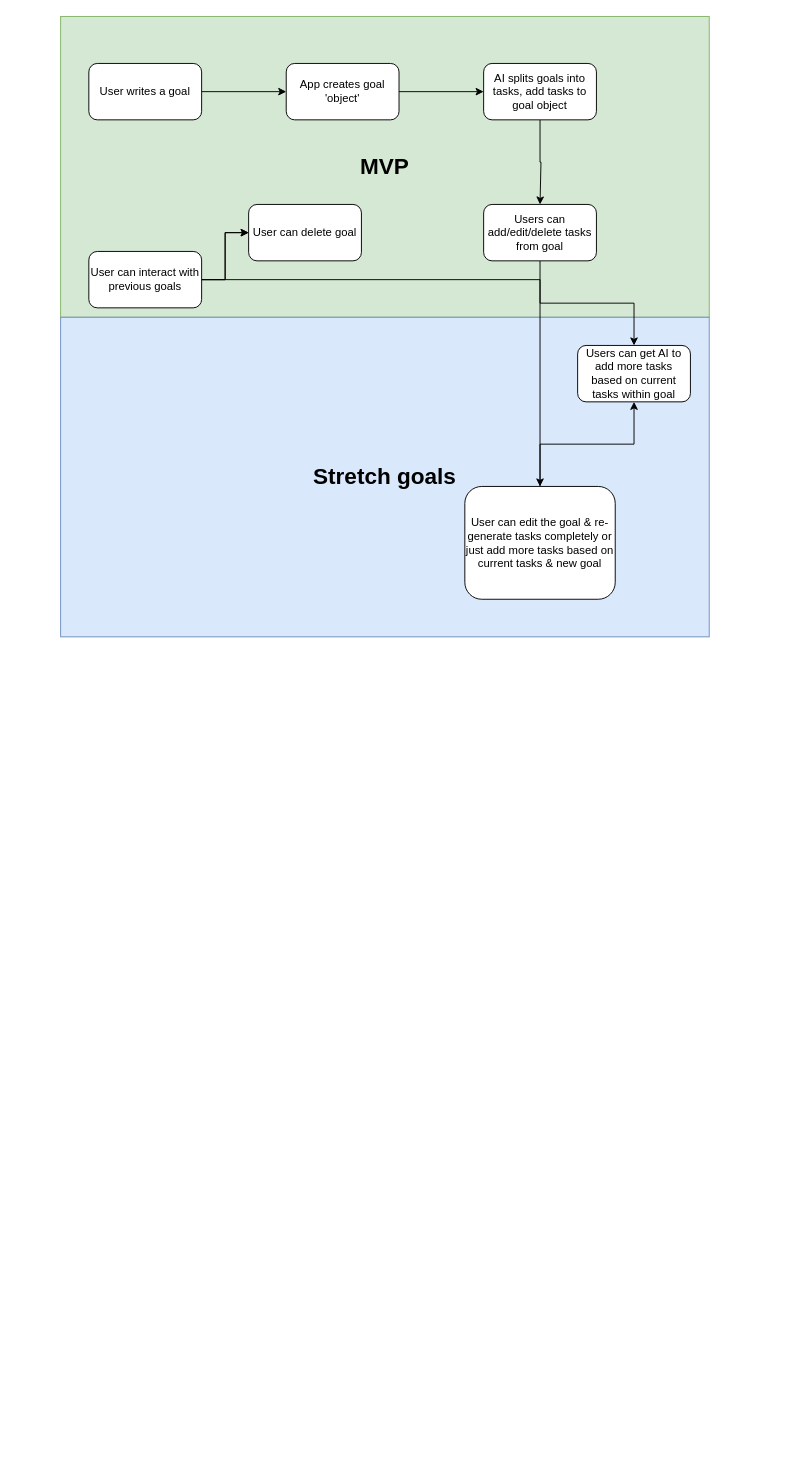
The draw.io diagram AIAugust Project-01.drawio in davedonnellydev/ai-august-2025-01, before the edit. Source tidied: cells renumbered, new cells numbered last; positions are measured from the earlier drawing's top-left corner, leaving out a move shared by most shapes. Both pictures are drawn from the tidied source at 94%, with x=0, y=0 at pixel (60, 16). Pictures stored in the file or linked from it are replaced by grey dashed boxes.
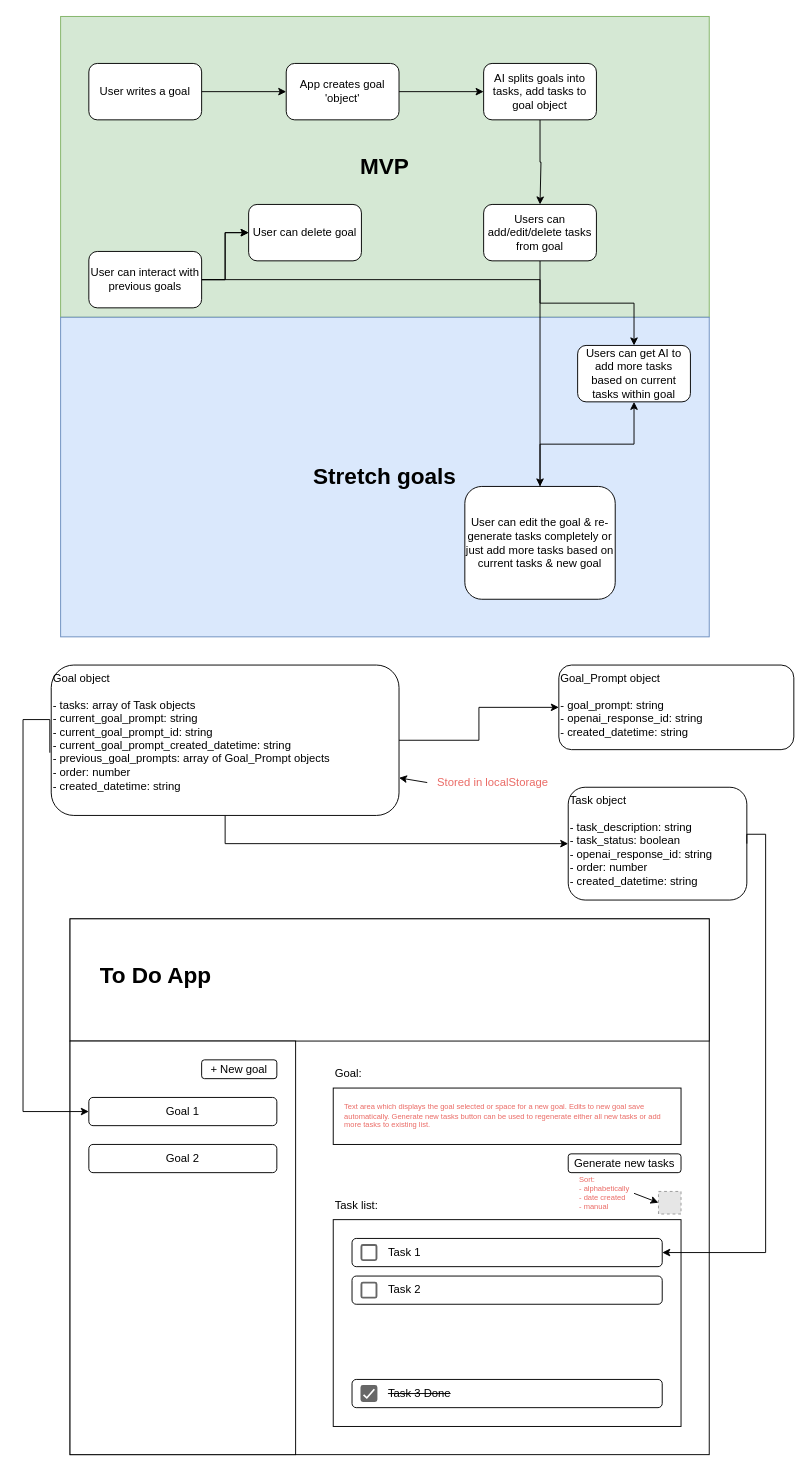
The same page after the edit.

Change to the diagram source:
```diff
@@
+    <mxCell id="20" style="edgeStyle=orthogonalEdgeStyle;rounded=0;jettySize=auto;html=1;entryX=0;entryY=0.5;entryDx=0;entryDy=0;exitX=0.5;exitY=1;exitDx=0;exitDy=0;" parent="1" edge="1" source="22" target="23">
+      <mxGeometry relative="1" as="geometry" />
+    </mxCell>
+    <mxCell id="21" style="edgeStyle=orthogonalEdgeStyle;rounded=0;jettySize=auto;html=1;exitX=1;exitY=0.5;exitDx=0;exitDy=0;entryX=0;entryY=0.5;entryDx=0;entryDy=0;" parent="1" edge="1" source="22" target="51">
+      <mxGeometry relative="1" as="geometry" />
+    </mxCell>
+    <mxCell id="22" value="&lt;div&gt;Goal object&lt;/div&gt;&lt;div&gt;&lt;br&gt;&lt;/div&gt;&lt;div&gt;- tasks: array of Task objects&lt;/div&gt;&lt;div&gt;- current_goal_prompt: string&lt;/div&gt;&lt;div&gt;-&amp;nbsp;current_goal_prompt_id: string&lt;/div&gt;&lt;div&gt;- current_goal_prompt_created_datetime: string&lt;/div&gt;&lt;div&gt;- previous_goal_prompts: array of Goal_Prompt objects&lt;/div&gt;&lt;div&gt;- order: number&lt;/div&gt;&lt;div&gt;- created_datetime: string&lt;/div&gt;" style="rounded=1;whiteSpace=wrap;html=1;align=left;verticalAlign=top;" parent="1" vertex="1">
+      <mxGeometry x="-10" y="690" width="370" height="160" as="geometry" />
+    </mxCell>
+    <mxCell id="23" value="&lt;div&gt;Task object&lt;/div&gt;&lt;div&gt;&lt;br&gt;&lt;/div&gt;&lt;div&gt;- task_description: string&lt;/div&gt;&lt;div&gt;- task_status: boolean&lt;/div&gt;&lt;div&gt;- openai_response_id: string&lt;/div&gt;&lt;div&gt;- order: number&lt;/div&gt;&lt;div&gt;- created_datetime: string&lt;/div&gt;" style="rounded=1;whiteSpace=wrap;html=1;align=left;verticalAlign=top;" parent="1" vertex="1">
+      <mxGeometry x="540" y="820" width="190" height="120" as="geometry" />
+    </mxCell>
+    <mxCell id="24" style="rounded=0;whiteSpace=wrap;html=1;" parent="1" vertex="1">
+      <mxGeometry x="10" y="960" width="680" height="570" as="geometry" />
+    </mxCell>
+    <mxCell id="25" style="rounded=0;whiteSpace=wrap;html=1;" parent="1" vertex="1">
+      <mxGeometry x="10" y="960" width="680" height="130" as="geometry" />
+    </mxCell>
+    <mxCell id="26" style="rounded=0;whiteSpace=wrap;html=1;" parent="1" vertex="1">
+      <mxGeometry x="10" y="1090" width="240" height="440" as="geometry" />
+    </mxCell>
+    <mxCell id="27" value="Goal 1" style="rounded=1;whiteSpace=wrap;html=1;" parent="1" vertex="1">
+      <mxGeometry x="30" y="1150" width="200" height="30" as="geometry" />
+    </mxCell>
+    <mxCell id="28" value="+ New goal" style="rounded=1;whiteSpace=wrap;html=1;" parent="1" vertex="1">
+      <mxGeometry x="150" y="1110" width="80" height="20" as="geometry" />
+    </mxCell>
+    <mxCell id="29" style="rounded=0;whiteSpace=wrap;html=1;" parent="1" vertex="1">
+      <mxGeometry x="290" y="1140" width="370" height="60" as="geometry" />
+    </mxCell>
+    <mxCell id="30" value="Goal:" style="text;html=1;align=left;verticalAlign=middle;whiteSpace=wrap;rounded=0;" parent="1" vertex="1">
+      <mxGeometry x="290" y="1110" width="80" height="30" as="geometry" />
+    </mxCell>
+    <mxCell id="31" value="Generate new tasks" style="rounded=1;whiteSpace=wrap;html=1;" parent="1" vertex="1">
+      <mxGeometry x="540" y="1210" width="120" height="20" as="geometry" />
+    </mxCell>
+    <mxCell id="32" value="Goal 2" style="rounded=1;whiteSpace=wrap;html=1;" parent="1" vertex="1">
+      <mxGeometry x="30" y="1200" width="200" height="30" as="geometry" />
+    </mxCell>
+    <mxCell id="33" style="rounded=0;whiteSpace=wrap;html=1;" parent="1" vertex="1">
+      <mxGeometry x="290" y="1280" width="370" height="220" as="geometry" />
+    </mxCell>
+    <mxCell id="34" value="Task list:" style="text;html=1;align=left;verticalAlign=middle;whiteSpace=wrap;rounded=0;" parent="1" vertex="1">
+      <mxGeometry x="290" y="1250" width="80" height="30" as="geometry" />
+    </mxCell>
+    <mxCell id="35" value="&amp;nbsp; &amp;nbsp; &amp;nbsp; &amp;nbsp; &amp;nbsp; &amp;nbsp;Task 1" style="rounded=1;whiteSpace=wrap;html=1;align=left;" parent="1" vertex="1">
+      <mxGeometry x="310" y="1300" width="330" height="30" as="geometry" />
+    </mxCell>
+    <mxCell id="36" style="dashed=0;labelPosition=right;align=left;shape=mxgraph.gmdl.checkbox;strokeColor=#666666;fillColor=none;strokeWidth=2;sketch=0;html=1;" parent="1" vertex="1">
+      <mxGeometry x="320" y="1307" width="16" height="16" as="geometry" />
+    </mxCell>
+    <mxCell id="37" value="&amp;nbsp; &amp;nbsp; &amp;nbsp; &amp;nbsp; &amp;nbsp; &amp;nbsp;Task 2" style="rounded=1;whiteSpace=wrap;html=1;align=left;" parent="1" vertex="1">
+      <mxGeometry x="310" y="1340" width="330" height="30" as="geometry" />
+    </mxCell>
+    <mxCell id="38" style="dashed=0;labelPosition=right;align=left;shape=mxgraph.gmdl.checkbox;strokeColor=#666666;fillColor=none;strokeWidth=2;sketch=0;html=1;" parent="1" vertex="1">
+      <mxGeometry x="320" y="1347" width="16" height="16" as="geometry" />
+    </mxCell>
+    <mxCell id="39" value="&amp;nbsp; &amp;nbsp; &amp;nbsp; &amp;nbsp; &amp;nbsp; &amp;nbsp;&lt;strike&gt;Task 3 Done&lt;/strike&gt;" style="rounded=1;whiteSpace=wrap;html=1;align=left;" parent="1" vertex="1">
+      <mxGeometry x="310" y="1450" width="330" height="30" as="geometry" />
+    </mxCell>
+    <mxCell id="40" style="dashed=0;labelPosition=right;align=left;shape=mxgraph.gmdl.checkbox;strokeColor=#666666;fillColor=none;strokeWidth=2;sketch=0;html=1;" parent="1" vertex="1">
+      <mxGeometry x="320" y="1457" width="16" height="16" as="geometry" />
+    </mxCell>
+    <mxCell id="41" style="dashed=0;labelPosition=right;align=left;shape=mxgraph.gmdl.checkbox;strokeColor=none;fillColor=#676767;strokeWidth=2;sketch=0;html=1;" parent="1" vertex="1">
+      <mxGeometry x="320" y="1457" width="16" height="16" as="geometry" />
+    </mxCell>
+    <mxCell id="42" style="fillColor=#E6E6E6;strokeColor=#999999;dashed=1;html=1;verticalAlign=top;verticalLabelPosition=bottom;labelBackgroundColor=#ffffff;" parent="1" vertex="1">
+      <mxGeometry x="636" y="1250" width="24" height="24" as="geometry" />
+    </mxCell>
+    <mxCell id="43" value="&lt;h1 style=&quot;margin-top: 0px;&quot;&gt;To Do App&lt;/h1&gt;" style="text;html=1;whiteSpace=wrap;overflow=hidden;rounded=0;" parent="1" vertex="1">
+      <mxGeometry x="40" y="1000" width="180" height="40" as="geometry" />
+    </mxCell>
+    <mxCell id="44" style="edgeStyle=orthogonalEdgeStyle;rounded=0;jettySize=auto;html=1;exitX=1;exitY=0.5;exitDx=0;exitDy=0;entryX=1;entryY=0.5;entryDx=0;entryDy=0;" parent="1" edge="1" source="23" target="35">
+      <mxGeometry relative="1" as="geometry">
+        <Array as="points">
+          <mxPoint x="750" y="870" />
+          <mxPoint x="750" y="1315" />
+        </Array>
+      </mxGeometry>
+    </mxCell>
+    <mxCell id="45" style="edgeStyle=orthogonalEdgeStyle;rounded=0;jettySize=auto;html=1;exitX=-0.004;exitY=0.583;exitDx=0;exitDy=0;exitPerimeter=0;" parent="1" edge="1" source="22" target="27">
+      <mxGeometry relative="1" as="geometry">
+        <Array as="points">
+          <mxPoint x="-40" y="748" />
+          <mxPoint x="-40" y="1165" />
+        </Array>
+      </mxGeometry>
+    </mxCell>
+    <mxCell id="46" style="rounded=0;jettySize=auto;html=1;exitX=0;exitY=0.5;exitDx=0;exitDy=0;entryX=1;entryY=0.75;entryDx=0;entryDy=0;" parent="1" edge="1" source="47" target="22">
+      <mxGeometry relative="1" as="geometry" />
+    </mxCell>
+    <mxCell id="47" value="Stored in localStorage" style="text;html=1;align=center;verticalAlign=middle;whiteSpace=wrap;rounded=0;fontColor=#EA6B66;" parent="1" vertex="1">
+      <mxGeometry x="390" y="800" width="140" height="30" as="geometry" />
+    </mxCell>
+    <mxCell id="48" style="rounded=0;jettySize=auto;html=1;exitX=1;exitY=0.5;exitDx=0;exitDy=0;entryX=0;entryY=0.5;entryDx=0;entryDy=0;" parent="1" edge="1" source="49" target="42">
+      <mxGeometry relative="1" as="geometry" />
+    </mxCell>
+    <mxCell id="49" value="&lt;div&gt;Sort:&lt;/div&gt;&lt;div&gt;- alphabetically&lt;/div&gt;&lt;div&gt;- date created&lt;/div&gt;&lt;div&gt;- manual&lt;/div&gt;" style="text;html=1;align=left;verticalAlign=middle;whiteSpace=wrap;rounded=0;fontSize=8;fontColor=#EA6B66;" parent="1" vertex="1">
+      <mxGeometry x="550" y="1230" width="60" height="44" as="geometry" />
+    </mxCell>
+    <mxCell id="50" value="Text area which displays the goal selected or space for a new goal. Edits to new goal save automatically. Generate new tasks button can be used to regenerate either all new tasks or add more tasks to existing list." style="text;html=1;align=left;verticalAlign=middle;whiteSpace=wrap;rounded=0;fontSize=8;fontColor=#EA6B66;" parent="1" vertex="1">
+      <mxGeometry x="300" y="1150" width="350" height="40" as="geometry" />
+    </mxCell>
+    <mxCell id="51" value="&lt;div&gt;Goal_Prompt object&lt;/div&gt;&lt;div&gt;&lt;br&gt;&lt;/div&gt;&lt;div&gt;- goal_prompt: string&lt;/div&gt;&lt;div&gt;- openai_response_id: string&lt;/div&gt;&lt;div&gt;- created_datetime: string&lt;/div&gt;" style="rounded=1;whiteSpace=wrap;html=1;align=left;verticalAlign=top;" parent="1" vertex="1">
+      <mxGeometry x="530" y="690" width="250" height="90" as="geometry" />
+    </mxCell>
```
